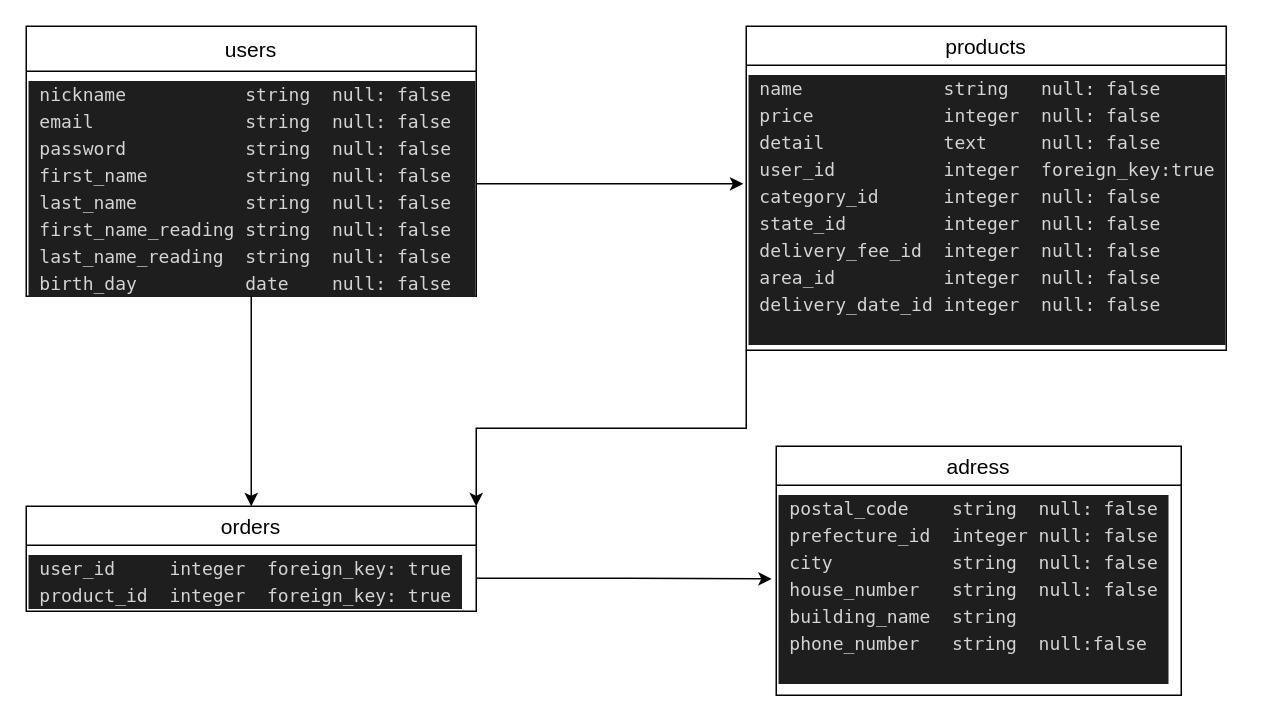
yuki986/furima-32624 keeps this draw.io diagram as furima.dio. Above is the earlier version. Source tidied: cells renumbered, new cells numbered last; positions are measured from the earlier drawing's top-left corner, leaving out a move shared by most shapes. Both pictures are drawn from the tidied source at 150%, with x=0, y=0 at pixel (26, 26).
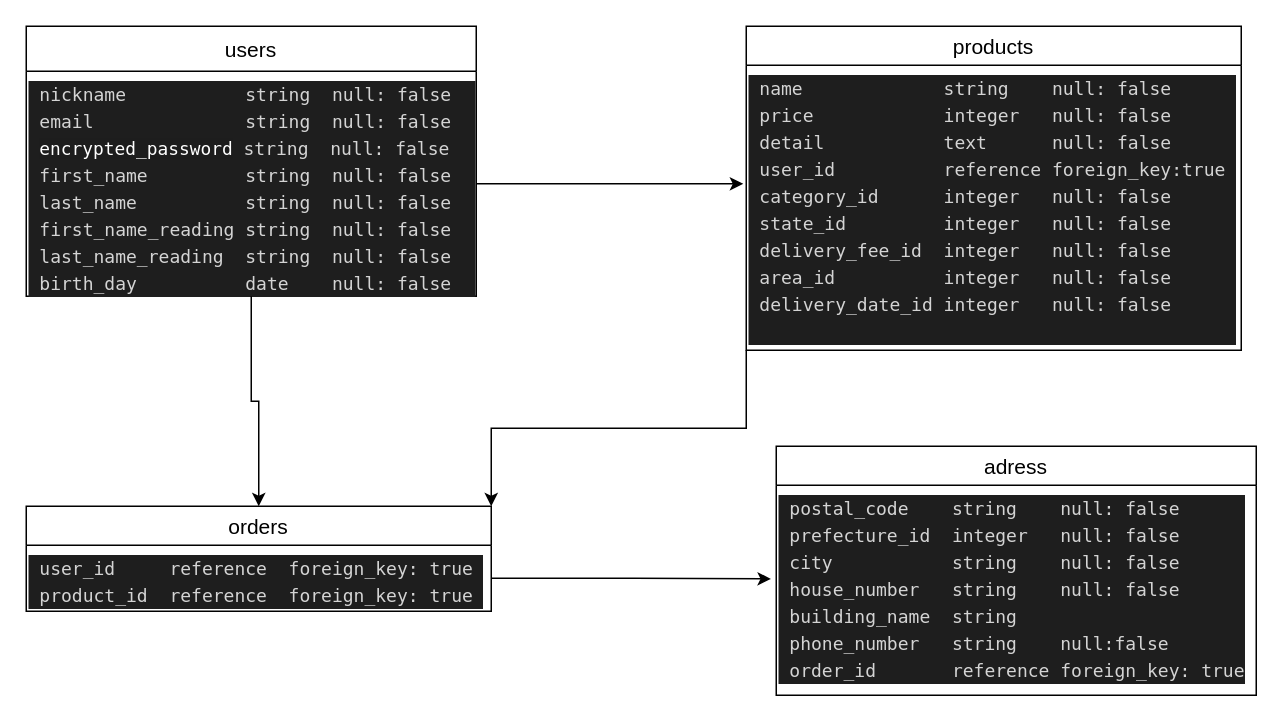
After the change.

Diff of the diagram source:
```diff
@@
 <mxGraphModel>
   <root>
     <mxCell id="0" />
     <mxCell id="1" parent="0" />
     <mxCell id="2" value="users" style="swimlane;fontStyle=0;horizontal=1;startSize=30;align=center;fontSize=14;" parent="1" vertex="1">
       <mxGeometry width="300" height="180" as="geometry" />
     </mxCell>
-    <mxCell id="3" value="&lt;div style=&quot;color: rgb(212 , 212 , 212) ; background-color: rgb(30 , 30 , 30) ; font-family: &amp;#34;menlo&amp;#34; , &amp;#34;monaco&amp;#34; , &amp;#34;courier new&amp;#34; , monospace ; font-weight: normal ; font-size: 12px ; line-height: 18px&quot;&gt;&lt;div&gt;&lt;span style=&quot;color: #d4d4d4&quot;&gt;&amp;nbsp;nickname&amp;nbsp; &amp;nbsp; &amp;nbsp; &amp;nbsp; &amp;nbsp; &amp;nbsp;string&amp;nbsp; null: false&amp;nbsp;&lt;/span&gt;&lt;/div&gt;&lt;div&gt;&lt;span style=&quot;color: #d4d4d4&quot;&gt;&amp;nbsp;email&amp;nbsp; &amp;nbsp; &amp;nbsp; &amp;nbsp; &amp;nbsp; &amp;nbsp; &amp;nbsp; string&amp;nbsp; null: false&amp;nbsp;&lt;/span&gt;&lt;/div&gt;&lt;div&gt;&lt;span style=&quot;color: #d4d4d4&quot;&gt;&amp;nbsp;password&amp;nbsp; &amp;nbsp; &amp;nbsp; &amp;nbsp; &amp;nbsp; &amp;nbsp;string&amp;nbsp; null: false&amp;nbsp;&lt;/span&gt;&lt;/div&gt;&lt;div&gt;&lt;span style=&quot;color: #d4d4d4&quot;&gt;&amp;nbsp;first_name&amp;nbsp; &amp;nbsp; &amp;nbsp; &amp;nbsp; &amp;nbsp;string&amp;nbsp; null: false&amp;nbsp;&lt;/span&gt;&lt;/div&gt;&lt;div&gt;&lt;span style=&quot;color: #d4d4d4&quot;&gt;&amp;nbsp;last_name&amp;nbsp; &amp;nbsp; &amp;nbsp; &amp;nbsp; &amp;nbsp; string&amp;nbsp; null: false&amp;nbsp;&lt;/span&gt;&lt;/div&gt;&lt;div&gt;&lt;span style=&quot;color: #d4d4d4&quot;&gt;&amp;nbsp;first_name_reading string&amp;nbsp; null: false &lt;/span&gt;&amp;nbsp;last_name_reading&amp;nbsp; string&amp;nbsp; null: false&amp;nbsp;&lt;/div&gt;&lt;div&gt;&lt;span style=&quot;color: #d4d4d4&quot;&gt;&amp;nbsp;birth_day&amp;nbsp; &amp;nbsp; &amp;nbsp; &amp;nbsp; &amp;nbsp; date&amp;nbsp; &amp;nbsp; null: false&amp;nbsp;&lt;/span&gt;&lt;/div&gt;&lt;/div&gt;" style="text;whiteSpace=wrap;html=1;" parent="2" vertex="1">
+    <mxCell id="3" value="&lt;div style=&quot;background-color: rgb(30 , 30 , 30) ; font-family: &amp;#34;menlo&amp;#34; , &amp;#34;monaco&amp;#34; , &amp;#34;courier new&amp;#34; , monospace ; font-weight: normal ; font-size: 12px ; line-height: 18px&quot;&gt;&lt;div style=&quot;color: rgb(212 , 212 , 212)&quot;&gt;&lt;span style=&quot;color: #d4d4d4&quot;&gt;&amp;nbsp;nickname&amp;nbsp; &amp;nbsp; &amp;nbsp; &amp;nbsp; &amp;nbsp; &amp;nbsp;string&amp;nbsp; null: false&amp;nbsp;&lt;/span&gt;&lt;/div&gt;&lt;div style=&quot;color: rgb(212 , 212 , 212)&quot;&gt;&lt;span style=&quot;color: #d4d4d4&quot;&gt;&amp;nbsp;email&amp;nbsp; &amp;nbsp; &amp;nbsp; &amp;nbsp; &amp;nbsp; &amp;nbsp; &amp;nbsp; string&amp;nbsp; null: false&amp;nbsp;&lt;/span&gt;&lt;/div&gt;&lt;div&gt;&lt;span style=&quot;color: rgb(212 , 212 , 212)&quot;&gt;&amp;nbsp;&lt;/span&gt;&lt;span style=&quot;background-color: rgba(27 , 31 , 35 , 0.05) ; font-size: 11.9px&quot;&gt;&lt;font color=&quot;#ffffff&quot;&gt;encrypted_password&lt;/font&gt;&lt;/span&gt;&lt;font color=&quot;#d4d4d4&quot;&gt;&amp;nbsp;string&amp;nbsp; null: false&amp;nbsp;&lt;/font&gt;&lt;/div&gt;&lt;div style=&quot;color: rgb(212 , 212 , 212)&quot;&gt;&lt;span style=&quot;color: #d4d4d4&quot;&gt;&amp;nbsp;first_name&amp;nbsp; &amp;nbsp; &amp;nbsp; &amp;nbsp; &amp;nbsp;string&amp;nbsp; null: false&amp;nbsp;&lt;/span&gt;&lt;/div&gt;&lt;div style=&quot;color: rgb(212 , 212 , 212)&quot;&gt;&lt;span style=&quot;color: #d4d4d4&quot;&gt;&amp;nbsp;last_name&amp;nbsp; &amp;nbsp; &amp;nbsp; &amp;nbsp; &amp;nbsp; string&amp;nbsp; null: false&amp;nbsp;&lt;/span&gt;&lt;/div&gt;&lt;div style=&quot;color: rgb(212 , 212 , 212)&quot;&gt;&lt;span style=&quot;color: #d4d4d4&quot;&gt;&amp;nbsp;first_name_reading string&amp;nbsp; null: false &lt;/span&gt;&amp;nbsp;last_name_reading&amp;nbsp; string&amp;nbsp; null: false&amp;nbsp;&lt;/div&gt;&lt;div style=&quot;color: rgb(212 , 212 , 212)&quot;&gt;&lt;span style=&quot;color: #d4d4d4&quot;&gt;&amp;nbsp;birth_day&amp;nbsp; &amp;nbsp; &amp;nbsp; &amp;nbsp; &amp;nbsp; date&amp;nbsp; &amp;nbsp; null: false&amp;nbsp;&lt;/span&gt;&lt;/div&gt;&lt;/div&gt;" style="text;whiteSpace=wrap;html=1;" parent="2" vertex="1">
       <mxGeometry y="30" width="300" height="150" as="geometry" />
     </mxCell>
     <mxCell id="4" value="products" style="swimlane;fontStyle=0;horizontal=1;startSize=26;align=center;fontSize=14;" parent="1" vertex="1">
-      <mxGeometry x="480" width="320" height="216" as="geometry" />
+      <mxGeometry x="480" width="330" height="216" as="geometry" />
     </mxCell>
-    <mxCell id="5" value="&lt;div style=&quot;color: rgb(212 , 212 , 212) ; background-color: rgb(30 , 30 , 30) ; font-family: &amp;#34;menlo&amp;#34; , &amp;#34;monaco&amp;#34; , &amp;#34;courier new&amp;#34; , monospace ; font-weight: normal ; font-size: 12px ; line-height: 18px&quot;&gt;&lt;div&gt;&lt;span style=&quot;color: #d4d4d4&quot;&gt;&amp;nbsp;name&amp;nbsp; &amp;nbsp; &amp;nbsp; &amp;nbsp; &amp;nbsp; &amp;nbsp; &amp;nbsp;string&amp;nbsp; &amp;nbsp;null: false&amp;nbsp;&lt;/span&gt;&lt;/div&gt;&lt;div&gt;&lt;span style=&quot;color: #d4d4d4&quot;&gt;&amp;nbsp;price&amp;nbsp; &amp;nbsp; &amp;nbsp; &amp;nbsp; &amp;nbsp; &amp;nbsp; integer&amp;nbsp; null: false&amp;nbsp;&lt;/span&gt;&lt;/div&gt;&lt;div&gt;&lt;span style=&quot;color: #d4d4d4&quot;&gt;&amp;nbsp;detail&amp;nbsp; &amp;nbsp; &amp;nbsp; &amp;nbsp; &amp;nbsp; &amp;nbsp;text&amp;nbsp; &amp;nbsp; &amp;nbsp;null: false&amp;nbsp;&lt;/span&gt;&lt;/div&gt;&lt;div&gt;&amp;nbsp;user_id&amp;nbsp; &amp;nbsp; &amp;nbsp; &amp;nbsp; &amp;nbsp; integer&amp;nbsp; foreign_key:true&amp;nbsp;&lt;/div&gt;&lt;div&gt;&lt;span style=&quot;color: #d4d4d4&quot;&gt;&amp;nbsp;category_id&amp;nbsp; &amp;nbsp; &amp;nbsp; integer&amp;nbsp; null: false&amp;nbsp;&lt;/span&gt;&lt;/div&gt;&lt;div&gt;&lt;span style=&quot;color: #d4d4d4&quot;&gt;&amp;nbsp;state_id&amp;nbsp; &amp;nbsp; &amp;nbsp; &amp;nbsp; &amp;nbsp;integer&amp;nbsp; null: false&amp;nbsp;&lt;/span&gt;&lt;/div&gt;&lt;div&gt;&lt;span style=&quot;color: #d4d4d4&quot;&gt;&amp;nbsp;delivery_fee_id&amp;nbsp; integer&amp;nbsp; null: false&amp;nbsp;&lt;/span&gt;&lt;/div&gt;&lt;div&gt;&lt;span style=&quot;color: #d4d4d4&quot;&gt;&amp;nbsp;area_id&amp;nbsp; &amp;nbsp; &amp;nbsp; &amp;nbsp; &amp;nbsp; integer&amp;nbsp; null: false&amp;nbsp; &amp;nbsp; &amp;nbsp;&amp;nbsp;&lt;/span&gt;&lt;/div&gt;&lt;div&gt;&lt;span style=&quot;color: #d4d4d4&quot;&gt;&amp;nbsp;delivery_date_id integer&amp;nbsp; null: false&amp;nbsp; &amp;nbsp; &amp;nbsp;&amp;nbsp;&lt;/span&gt;&lt;/div&gt;&lt;br&gt;&lt;/div&gt;" style="text;whiteSpace=wrap;html=1;" parent="4" vertex="1">
-      <mxGeometry y="26" width="320" height="190" as="geometry" />
+    <mxCell id="5" value="&lt;div style=&quot;color: rgb(212 , 212 , 212) ; background-color: rgb(30 , 30 , 30) ; font-family: &amp;#34;menlo&amp;#34; , &amp;#34;monaco&amp;#34; , &amp;#34;courier new&amp;#34; , monospace ; font-weight: normal ; font-size: 12px ; line-height: 18px&quot;&gt;&lt;div&gt;&lt;span style=&quot;color: #d4d4d4&quot;&gt;&amp;nbsp;name&amp;nbsp; &amp;nbsp; &amp;nbsp; &amp;nbsp; &amp;nbsp; &amp;nbsp; &amp;nbsp;string&amp;nbsp; &amp;nbsp; null: false&amp;nbsp;&lt;/span&gt;&lt;/div&gt;&lt;div&gt;&lt;span style=&quot;color: #d4d4d4&quot;&gt;&amp;nbsp;price&amp;nbsp; &amp;nbsp; &amp;nbsp; &amp;nbsp; &amp;nbsp; &amp;nbsp; integer&amp;nbsp; &amp;nbsp;null: false&amp;nbsp;&lt;/span&gt;&lt;/div&gt;&lt;div&gt;&lt;span style=&quot;color: #d4d4d4&quot;&gt;&amp;nbsp;detail&amp;nbsp; &amp;nbsp; &amp;nbsp; &amp;nbsp; &amp;nbsp; &amp;nbsp;text&amp;nbsp; &amp;nbsp; &amp;nbsp; null: false&amp;nbsp;&lt;/span&gt;&lt;/div&gt;&lt;div&gt;&amp;nbsp;user_id&amp;nbsp; &amp;nbsp; &amp;nbsp; &amp;nbsp; &amp;nbsp; reference foreign_key:true&amp;nbsp;&lt;/div&gt;&lt;div&gt;&lt;span style=&quot;color: #d4d4d4&quot;&gt;&amp;nbsp;category_id&amp;nbsp; &amp;nbsp; &amp;nbsp; integer&amp;nbsp; &amp;nbsp;null: false&amp;nbsp;&lt;/span&gt;&lt;/div&gt;&lt;div&gt;&lt;span style=&quot;color: #d4d4d4&quot;&gt;&amp;nbsp;state_id&amp;nbsp; &amp;nbsp; &amp;nbsp; &amp;nbsp; &amp;nbsp;integer&amp;nbsp; &amp;nbsp;null: false&amp;nbsp;&lt;/span&gt;&lt;/div&gt;&lt;div&gt;&lt;span style=&quot;color: #d4d4d4&quot;&gt;&amp;nbsp;delivery_fee_id&amp;nbsp; integer&amp;nbsp; &amp;nbsp;null: false&amp;nbsp;&lt;/span&gt;&lt;/div&gt;&lt;div&gt;&lt;span style=&quot;color: #d4d4d4&quot;&gt;&amp;nbsp;area_id&amp;nbsp; &amp;nbsp; &amp;nbsp; &amp;nbsp; &amp;nbsp; integer&amp;nbsp; &amp;nbsp;null: false&amp;nbsp; &amp;nbsp; &amp;nbsp;&amp;nbsp;&lt;/span&gt;&lt;/div&gt;&lt;div&gt;&lt;span style=&quot;color: #d4d4d4&quot;&gt;&amp;nbsp;delivery_date_id integer&amp;nbsp; &amp;nbsp;null: false&amp;nbsp; &amp;nbsp; &amp;nbsp;&amp;nbsp;&lt;/span&gt;&lt;/div&gt;&lt;br&gt;&lt;/div&gt;" style="text;whiteSpace=wrap;html=1;" parent="4" vertex="1">
+      <mxGeometry y="26" width="330" height="190" as="geometry" />
     </mxCell>
     <mxCell id="6" value="adress" style="swimlane;fontStyle=0;horizontal=1;startSize=26;align=center;fontSize=14;" parent="1" vertex="1">
-      <mxGeometry x="500" y="280" width="270" height="166" as="geometry" />
+      <mxGeometry x="500" y="280" width="320" height="166" as="geometry" />
     </mxCell>
-    <mxCell id="7" value="&lt;div style=&quot;color: rgb(212 , 212 , 212) ; background-color: rgb(30 , 30 , 30) ; font-family: &amp;#34;menlo&amp;#34; , &amp;#34;monaco&amp;#34; , &amp;#34;courier new&amp;#34; , monospace ; font-weight: normal ; font-size: 12px ; line-height: 18px&quot;&gt;&lt;div&gt;&lt;span style=&quot;color: #d4d4d4&quot;&gt;&amp;nbsp;postal_code&amp;nbsp; &amp;nbsp; string&amp;nbsp; null: false&amp;nbsp;&lt;/span&gt;&lt;/div&gt;&lt;div&gt;&lt;span style=&quot;color: #d4d4d4&quot;&gt;&amp;nbsp;prefecture_id&amp;nbsp; integer null: false&amp;nbsp;&lt;/span&gt;&lt;/div&gt;&lt;div&gt;&lt;span style=&quot;color: #d4d4d4&quot;&gt;&amp;nbsp;city&amp;nbsp; &amp;nbsp; &amp;nbsp; &amp;nbsp; &amp;nbsp; &amp;nbsp;string&amp;nbsp; null: false&amp;nbsp;&lt;/span&gt;&lt;/div&gt;&lt;div&gt;&lt;span style=&quot;color: #d4d4d4&quot;&gt;&amp;nbsp;house_number&amp;nbsp; &amp;nbsp;string&amp;nbsp; null: false&amp;nbsp;&lt;/span&gt;&lt;/div&gt;&lt;div&gt;&lt;span style=&quot;color: #d4d4d4&quot;&gt;&amp;nbsp;building_name&amp;nbsp; string&amp;nbsp;&lt;/span&gt;&lt;/div&gt;&lt;div&gt;&lt;span style=&quot;color: #d4d4d4&quot;&gt;&amp;nbsp;phone_number&amp;nbsp; &amp;nbsp;string&amp;nbsp; null:false&amp;nbsp;&lt;/span&gt;&lt;/div&gt;&lt;br&gt;&lt;/div&gt;" style="text;whiteSpace=wrap;html=1;" parent="6" vertex="1">
-      <mxGeometry y="26" width="270" height="140" as="geometry" />
+    <mxCell id="7" value="&lt;div style=&quot;color: rgb(212 , 212 , 212) ; background-color: rgb(30 , 30 , 30) ; font-family: &amp;#34;menlo&amp;#34; , &amp;#34;monaco&amp;#34; , &amp;#34;courier new&amp;#34; , monospace ; font-weight: normal ; font-size: 12px ; line-height: 18px&quot;&gt;&lt;div&gt;&lt;span style=&quot;color: #d4d4d4&quot;&gt;&amp;nbsp;postal_code&amp;nbsp; &amp;nbsp; string&amp;nbsp; &amp;nbsp; null: false&amp;nbsp;&lt;/span&gt;&lt;/div&gt;&lt;div&gt;&lt;span style=&quot;color: #d4d4d4&quot;&gt;&amp;nbsp;prefecture_id&amp;nbsp; integer&amp;nbsp; &amp;nbsp;null: false&amp;nbsp;&lt;/span&gt;&lt;/div&gt;&lt;div&gt;&lt;span style=&quot;color: #d4d4d4&quot;&gt;&amp;nbsp;city&amp;nbsp; &amp;nbsp; &amp;nbsp; &amp;nbsp; &amp;nbsp; &amp;nbsp;string&amp;nbsp; &amp;nbsp; null: false&amp;nbsp;&lt;/span&gt;&lt;/div&gt;&lt;div&gt;&lt;span style=&quot;color: #d4d4d4&quot;&gt;&amp;nbsp;house_number&amp;nbsp; &amp;nbsp;string&amp;nbsp; &amp;nbsp; null: false&amp;nbsp;&lt;/span&gt;&lt;/div&gt;&lt;div&gt;&lt;span style=&quot;color: #d4d4d4&quot;&gt;&amp;nbsp;building_name&amp;nbsp; string&amp;nbsp;&lt;/span&gt;&lt;/div&gt;&lt;div&gt;&lt;span style=&quot;color: #d4d4d4&quot;&gt;&amp;nbsp;phone_number&amp;nbsp; &amp;nbsp;string&amp;nbsp; &amp;nbsp; null:false&amp;nbsp;&lt;/span&gt;&lt;/div&gt;&amp;nbsp;order_id&amp;nbsp; &amp;nbsp; &amp;nbsp; &amp;nbsp;reference foreign_key: true&lt;/div&gt;" style="text;whiteSpace=wrap;html=1;" parent="6" vertex="1">
+      <mxGeometry y="26" width="320" height="140" as="geometry" />
     </mxCell>
     <mxCell id="8" value="orders" style="swimlane;fontStyle=0;horizontal=1;startSize=26;align=center;fontSize=14;" parent="1" vertex="1">
-      <mxGeometry y="320" width="300" height="70" as="geometry" />
+      <mxGeometry y="320" width="310" height="70" as="geometry" />
     </mxCell>
-    <mxCell id="9" value="&lt;div style=&quot;color: rgb(212 , 212 , 212) ; background-color: rgb(30 , 30 , 30) ; font-family: &amp;#34;menlo&amp;#34; , &amp;#34;monaco&amp;#34; , &amp;#34;courier new&amp;#34; , monospace ; font-weight: normal ; font-size: 12px ; line-height: 18px&quot;&gt;&lt;div&gt;&lt;span style=&quot;color: #d4d4d4&quot;&gt;&amp;nbsp;user_id&amp;nbsp; &amp;nbsp; &amp;nbsp;integer&amp;nbsp; foreign_key: true&amp;nbsp;&lt;/span&gt;&lt;/div&gt;&lt;div&gt;&lt;span style=&quot;color: #d4d4d4&quot;&gt;&amp;nbsp;product_id&amp;nbsp; integer&amp;nbsp; foreign_key: true&amp;nbsp;&lt;/span&gt;&lt;/div&gt;&lt;/div&gt;" style="text;whiteSpace=wrap;html=1;" parent="8" vertex="1">
-      <mxGeometry y="26" width="300" height="44" as="geometry" />
+    <mxCell id="9" value="&lt;div style=&quot;color: rgb(212 , 212 , 212) ; background-color: rgb(30 , 30 , 30) ; font-family: &amp;#34;menlo&amp;#34; , &amp;#34;monaco&amp;#34; , &amp;#34;courier new&amp;#34; , monospace ; font-weight: normal ; font-size: 12px ; line-height: 18px&quot;&gt;&lt;div&gt;&lt;span style=&quot;color: #d4d4d4&quot;&gt;&amp;nbsp;user_id&amp;nbsp; &amp;nbsp; &amp;nbsp;reference&amp;nbsp; foreign_key: true&amp;nbsp;&lt;/span&gt;&lt;/div&gt;&lt;div&gt;&lt;span style=&quot;color: #d4d4d4&quot;&gt;&amp;nbsp;product_id&amp;nbsp; reference&amp;nbsp; foreign_key: true&amp;nbsp;&lt;/span&gt;&lt;/div&gt;&lt;/div&gt;" style="text;whiteSpace=wrap;html=1;" parent="8" vertex="1">
+      <mxGeometry y="26" width="310" height="44" as="geometry" />
     </mxCell>
     <mxCell id="10" style="edgeStyle=orthogonalEdgeStyle;rounded=0;jettySize=auto;html=1;entryX=0.5;entryY=0;entryDx=0;entryDy=0;" parent="1" edge="1" source="3" target="8">
       <mxGeometry relative="1" as="geometry" />
     </mxCell>
     <mxCell id="11" style="edgeStyle=orthogonalEdgeStyle;rounded=0;jettySize=auto;html=1;exitX=1;exitY=0.5;exitDx=0;exitDy=0;entryX=-0.011;entryY=0.446;entryDx=0;entryDy=0;entryPerimeter=0;" parent="1" edge="1" source="9" target="7">
       <mxGeometry relative="1" as="geometry" />
     </mxCell>
     <mxCell id="12" style="edgeStyle=orthogonalEdgeStyle;rounded=0;jettySize=auto;html=1;exitX=1;exitY=0.5;exitDx=0;exitDy=0;entryX=-0.006;entryY=0.416;entryDx=0;entryDy=0;entryPerimeter=0;" parent="1" edge="1" source="3" target="5">
       <mxGeometry relative="1" as="geometry" />
     </mxCell>
     <mxCell id="13" style="edgeStyle=orthogonalEdgeStyle;rounded=0;jettySize=auto;html=1;exitX=0;exitY=1;exitDx=0;exitDy=0;entryX=1;entryY=0;entryDx=0;entryDy=0;" parent="1" edge="1" source="5" target="8">
       <mxGeometry relative="1" as="geometry" />
     </mxCell>
   </root>
 </mxGraphModel>
```
